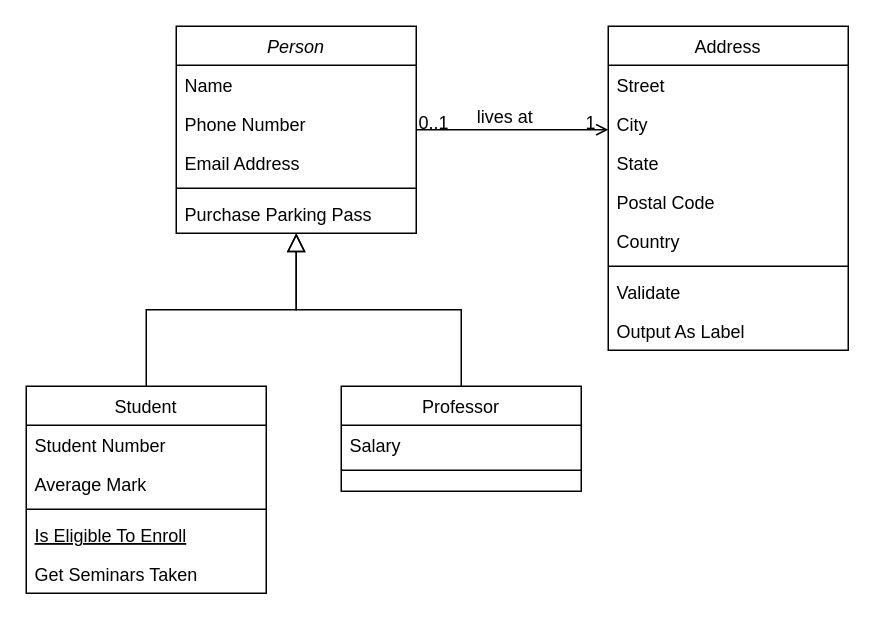
This is Diagrama sin título.drawio from ValentRodriguez/Bases, a draw.io file, before an edit. Source tidied: cells renumbered, new cells numbered last; positions are measured from the earlier drawing's top-left corner, leaving out a move shared by most shapes. Both pictures are drawn from the tidied source at 150%, with x=0, y=0 at pixel (26, 26).
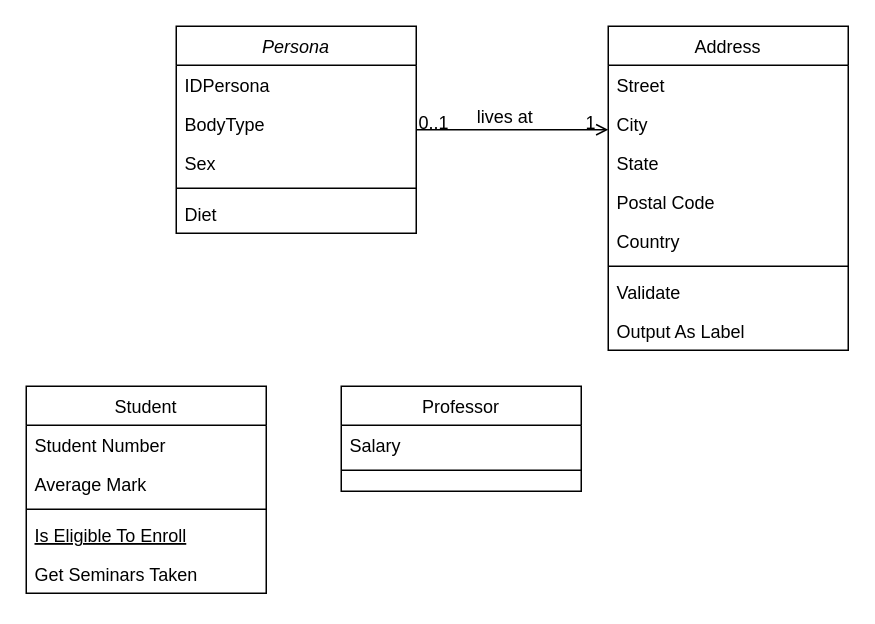
After the change.

Unchanged cells that the change refers to:
```xml
<mxCell id="8" value="Student" style="swimlane;fontStyle=0;align=center;verticalAlign=top;horizontal=1;startSize=26;rounded=0;shadow=0;strokeWidth=1;" parent="1" vertex="1">
  <mxGeometry y="240" width="160" height="138" as="geometry" />
</mxCell>
<mxCell id="15" value="Professor" style="swimlane;fontStyle=0;align=center;verticalAlign=top;horizontal=1;startSize=26;rounded=0;shadow=0;strokeWidth=1;" parent="1" vertex="1">
  <mxGeometry x="210" y="240" width="160" height="70" as="geometry" />
</mxCell>
```

Change to the diagram source:
```diff
@@
-    <mxCell id="2" value="Person" style="swimlane;fontStyle=2;align=center;verticalAlign=top;horizontal=1;startSize=26;rounded=0;shadow=0;strokeWidth=1;" parent="1" vertex="1">
+    <mxCell id="2" value="Persona" style="swimlane;fontStyle=2;align=center;verticalAlign=top;horizontal=1;startSize=26;rounded=0;shadow=0;strokeWidth=1;" parent="1" vertex="1">
       <mxGeometry x="100" width="160" height="138" as="geometry" />
     </mxCell>
-    <mxCell id="3" value="Name" style="text;align=left;verticalAlign=top;spacingLeft=4;spacingRight=4;overflow=hidden;" parent="2" vertex="1">
+    <mxCell id="3" value="IDPersona" style="text;align=left;verticalAlign=top;spacingLeft=4;spacingRight=4;overflow=hidden;" parent="2" vertex="1">
       <mxGeometry y="26" width="160" height="26" as="geometry" />
     </mxCell>
-    <mxCell id="4" value="Phone Number" style="text;align=left;verticalAlign=top;spacingLeft=4;spacingRight=4;overflow=hidden;rounded=0;shadow=0;html=0;" parent="2" vertex="1">
+    <mxCell id="4" value="BodyType" style="text;align=left;verticalAlign=top;spacingLeft=4;spacingRight=4;overflow=hidden;rounded=0;shadow=0;html=0;" parent="2" vertex="1">
       <mxGeometry y="52" width="160" height="26" as="geometry" />
     </mxCell>
-    <mxCell id="5" value="Email Address" style="text;align=left;verticalAlign=top;spacingLeft=4;spacingRight=4;overflow=hidden;rounded=0;shadow=0;html=0;" parent="2" vertex="1">
+    <mxCell id="5" value="Sex" style="text;align=left;verticalAlign=top;spacingLeft=4;spacingRight=4;overflow=hidden;rounded=0;shadow=0;html=0;" parent="2" vertex="1">
       <mxGeometry y="78" width="160" height="26" as="geometry" />
     </mxCell>
@@
-    <mxCell id="7" value="Purchase Parking Pass" style="text;align=left;verticalAlign=top;spacingLeft=4;spacingRight=4;overflow=hidden;" parent="2" vertex="1">
+    <mxCell id="7" value="Diet" style="text;align=left;verticalAlign=top;spacingLeft=4;spacingRight=4;overflow=hidden;" parent="2" vertex="1">
       <mxGeometry y="112" width="160" height="26" as="geometry" />
     </mxCell>
@@
-    <mxCell id="14" style="endArrow=block;endSize=10;endFill=0;shadow=0;strokeWidth=1;rounded=0;curved=0;edgeStyle=elbowEdgeStyle;elbow=vertical;" parent="1" edge="1" source="8" target="2">
-      <mxGeometry relative="1" as="geometry" />
-    </mxCell>
@@
-    <mxCell id="18" style="endArrow=block;endSize=10;endFill=0;shadow=0;strokeWidth=1;rounded=0;curved=0;edgeStyle=elbowEdgeStyle;elbow=vertical;" parent="1" edge="1" source="15" target="2">
-      <mxGeometry relative="1" as="geometry" />
-    </mxCell>
```
